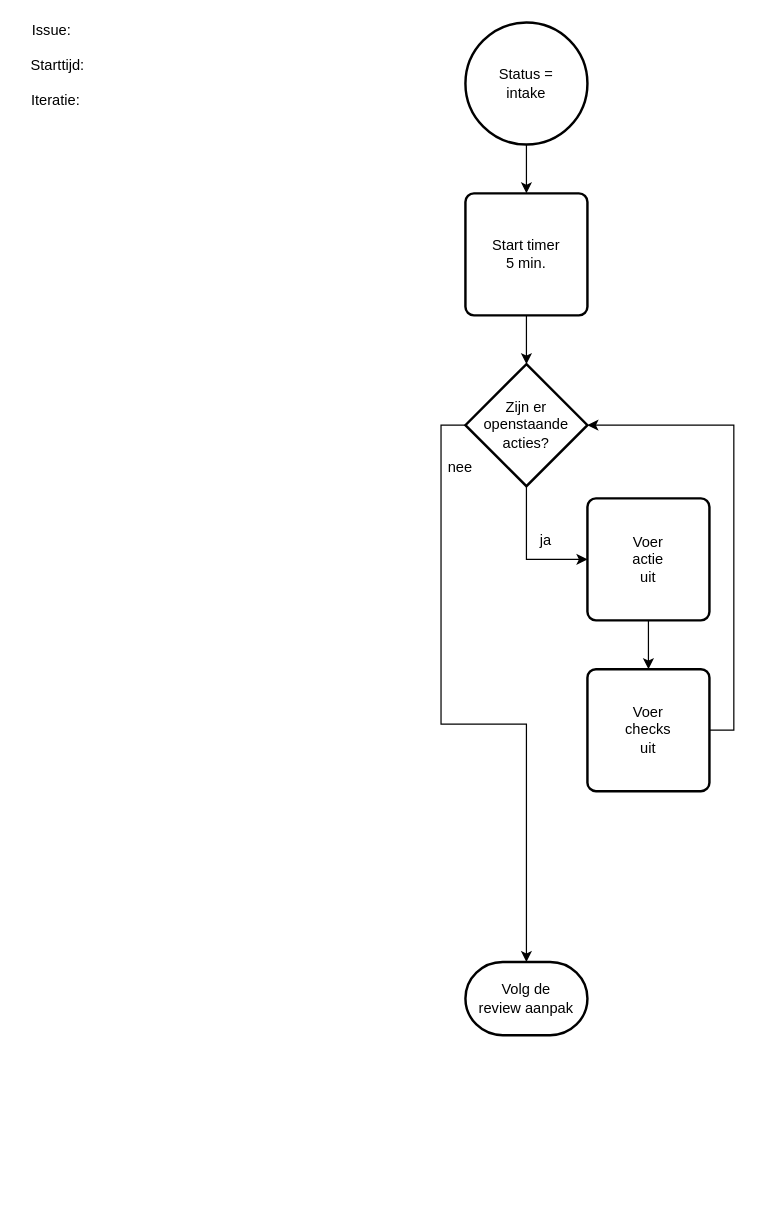
This is 1 Issue Tracker intake.drawio from Zaibatsu89/IssueTracker, a draw.io file, before an edit. Source tidied: cells renumbered, new cells numbered last; positions are measured from the earlier drawing's top-left corner, leaving out a move shared by most shapes. Both pictures are drawn from the tidied source at 122%, with x=0, y=0 at pixel (21, 22).
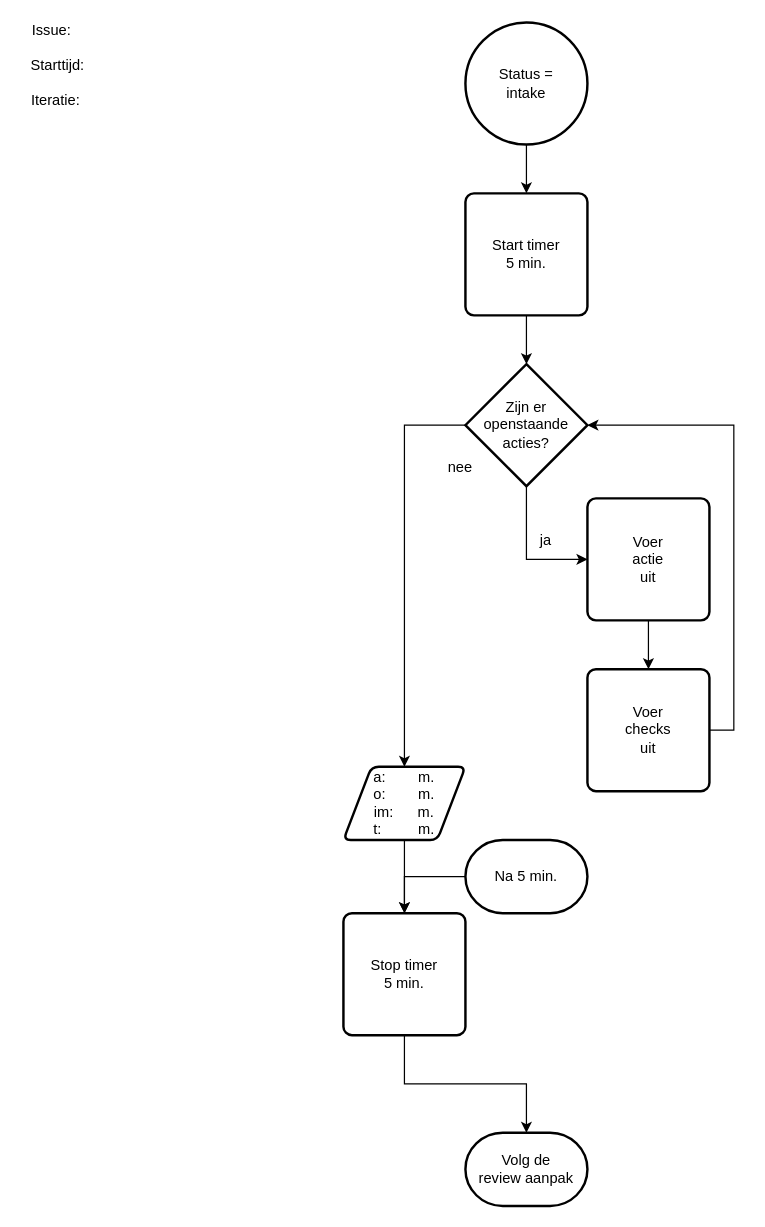
After the change.

Commit message (it also covers changes not shown here):
herstel stop timer bij 4 minuten evaluatie en 2/3, 100%, 150% ETC in intake, analyse, ontwerp, implementatie en test

Unchanged cells that the change refers to:
```xml
<mxCell id="7" value="Zijn er&lt;br&gt;openstaande&lt;br&gt;acties?" style="strokeWidth=2;html=1;shape=mxgraph.flowchart.decision;whiteSpace=wrap;" parent="1" vertex="1">
  <mxGeometry x="364" y="280" width="100" height="100" as="geometry" />
</mxCell>
```

Diff of the diagram source:
```diff
@@
+    <mxCell id="17" style="edgeStyle=orthogonalEdgeStyle;rounded=0;jettySize=auto;html=1;exitX=0;exitY=0.5;exitDx=0;exitDy=0;exitPerimeter=0;entryX=0.5;entryY=0;entryDx=0;entryDy=0;" parent="1" edge="1" source="7" target="23">
+      <mxGeometry relative="1" as="geometry" />
+    </mxCell>
@@
     <mxCell id="12" value="Volg de&lt;br&gt;review aanpak" style="strokeWidth=2;html=1;shape=mxgraph.flowchart.terminator;whiteSpace=wrap;" parent="1" vertex="1">
-      <mxGeometry x="364" y="770" width="100" height="60" as="geometry" />
+      <mxGeometry x="364" y="910" width="100" height="60" as="geometry" />
     </mxCell>
@@
-    <mxCell id="14" style="edgeStyle=orthogonalEdgeStyle;rounded=0;jettySize=auto;html=1;exitX=0;exitY=0.5;exitDx=0;exitDy=0;exitPerimeter=0;entryX=0.5;entryY=0;entryDx=0;entryDy=0;entryPerimeter=0;" parent="1" edge="1" source="7" target="12">
-      <mxGeometry relative="1" as="geometry" />
-    </mxCell>
@@
+    <mxCell id="18" style="edgeStyle=orthogonalEdgeStyle;rounded=0;jettySize=auto;html=1;" parent="1" edge="1" source="19" target="12">
+      <mxGeometry relative="1" as="geometry" />
+    </mxCell>
+    <mxCell id="19" value="Stop timer&lt;br&gt;5 min." style="rounded=1;whiteSpace=wrap;html=1;absoluteArcSize=1;arcSize=14;strokeWidth=2;" parent="1" vertex="1">
+      <mxGeometry x="264" y="730" width="100" height="100" as="geometry" />
+    </mxCell>
+    <mxCell id="20" style="edgeStyle=orthogonalEdgeStyle;rounded=0;jettySize=auto;html=1;exitX=0;exitY=0.5;exitDx=0;exitDy=0;exitPerimeter=0;entryX=0.5;entryY=0;entryDx=0;entryDy=0;" parent="1" edge="1" source="21" target="19">
+      <mxGeometry relative="1" as="geometry" />
+    </mxCell>
+    <mxCell id="21" value="Na 5 min." style="strokeWidth=2;html=1;shape=mxgraph.flowchart.terminator;whiteSpace=wrap;" parent="1" vertex="1">
+      <mxGeometry x="364" y="670" width="100" height="60" as="geometry" />
+    </mxCell>
+    <mxCell id="22" style="edgeStyle=orthogonalEdgeStyle;rounded=0;jettySize=auto;html=1;" parent="1" edge="1" source="23" target="19">
+      <mxGeometry relative="1" as="geometry" />
+    </mxCell>
+    <mxCell id="23" value="a:&amp;nbsp; &amp;nbsp; &amp;nbsp; &amp;nbsp; m.&lt;br&gt;o:&amp;nbsp; &amp;nbsp; &amp;nbsp; &amp;nbsp; m.&lt;br&gt;im:&amp;nbsp; &amp;nbsp; &amp;nbsp; m.&lt;br&gt;t:&amp;nbsp; &amp;nbsp; &amp;nbsp; &amp;nbsp; &amp;nbsp;m." style="shape=parallelogram;html=1;strokeWidth=2;perimeter=parallelogramPerimeter;whiteSpace=wrap;rounded=1;arcSize=12;size=0.23;" parent="1" vertex="1">
+      <mxGeometry x="264" y="610" width="100" height="60" as="geometry" />
+    </mxCell>
```
